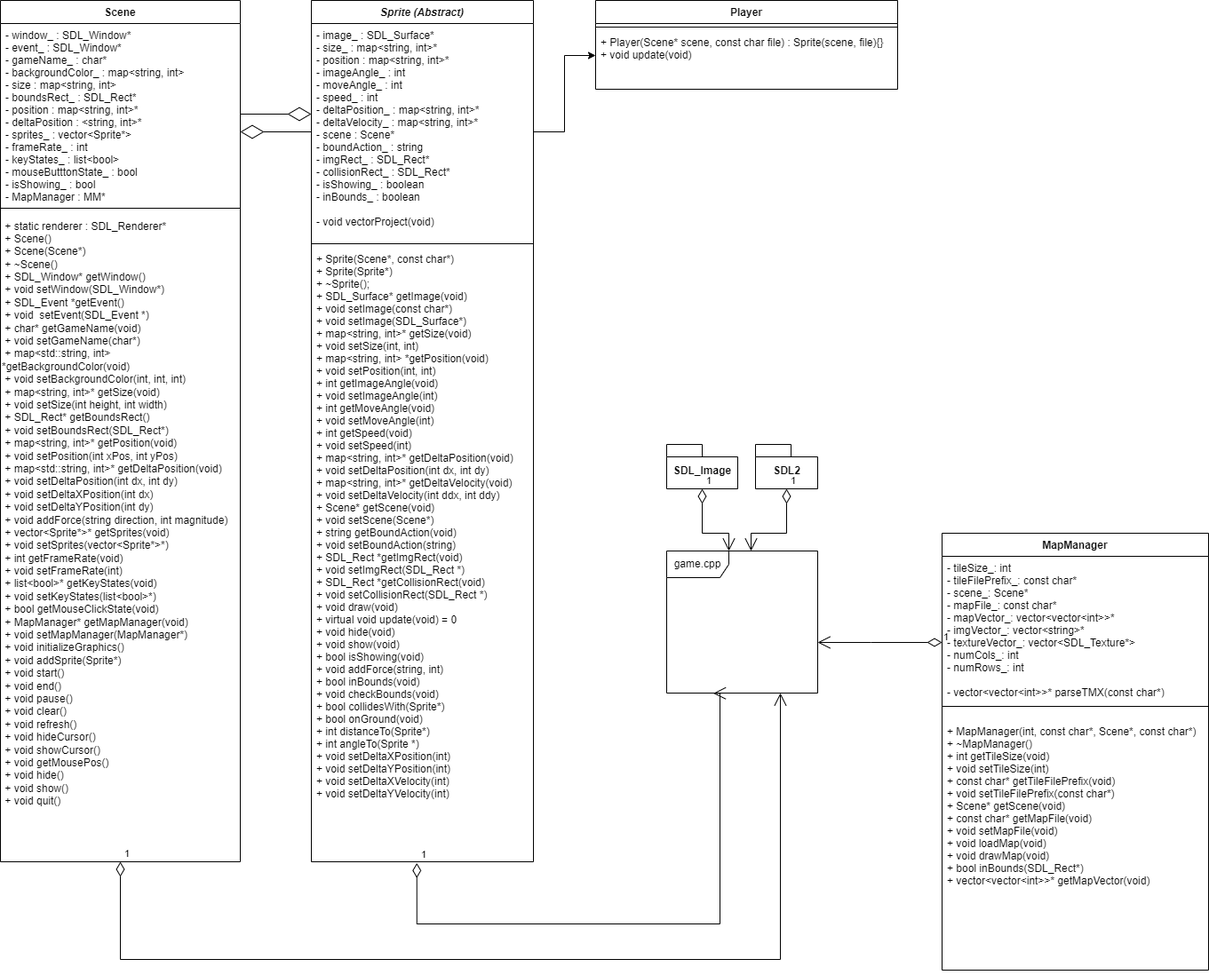
This is Docs/UML.drawio.png from jsanson1747/Final-Project-Game, a draw.io export, as it was before one commit. Source tidied: cells renumbered, new cells last; positions are measured from the earlier drawing's top-left corner, leaving out a move shared by most shapes.
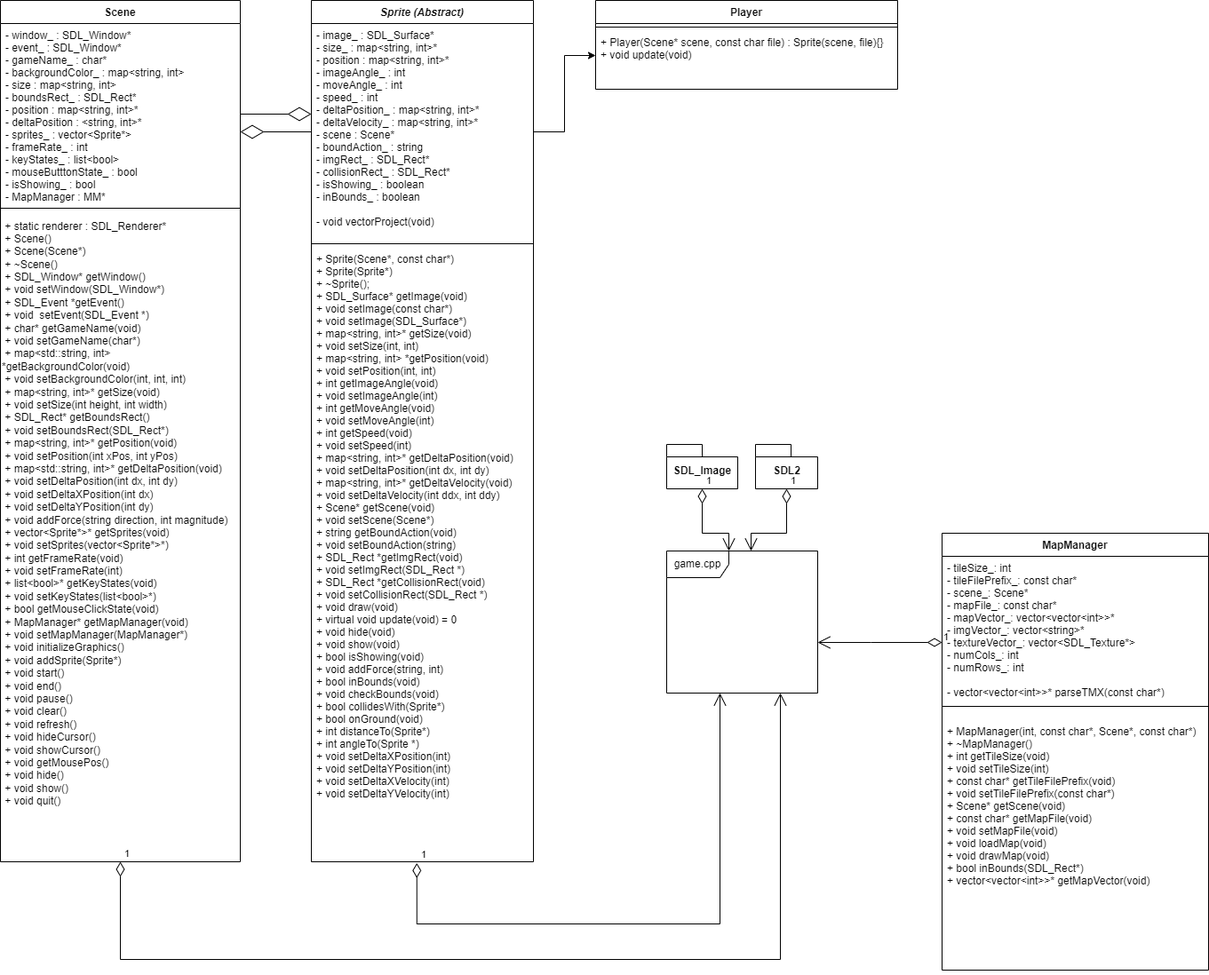
After the commit.

What changed in the source:
```diff
@@ -77,7 +77,7 @@
         </Array>
       </mxGeometry>
     </mxCell>
-    <mxCell id="24" value="1" style="endArrow=open;html=1;endSize=12;startArrow=diamondThin;startSize=14;startFill=0;edgeStyle=orthogonalEdgeStyle;align=left;verticalAlign=bottom;rounded=0;exitX=0.475;exitY=1.002;exitDx=0;exitDy=0;exitPerimeter=0;entryX=0.309;entryY=1.002;entryDx=0;entryDy=0;entryPerimeter=0;" parent="1" edge="1" source="5" target="22">
+    <mxCell id="24" value="1" style="endArrow=open;html=1;endSize=12;startArrow=diamondThin;startSize=14;startFill=0;edgeStyle=orthogonalEdgeStyle;align=left;verticalAlign=bottom;rounded=0;exitX=0.475;exitY=1.002;exitDx=0;exitDy=0;exitPerimeter=0;" parent="1" edge="1" source="5" target="22">
       <mxGeometry x="-1" y="3" relative="1" as="geometry">
         <Array as="points">
           <mxPoint x="469" y="1040" />
```
